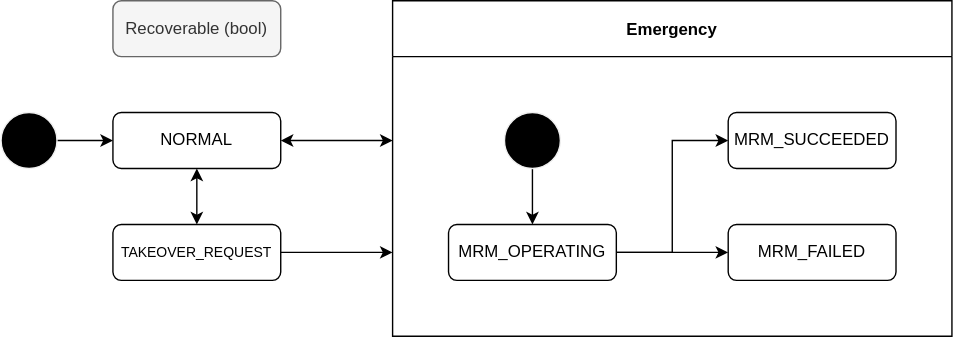
This is pr-7/design/autoware-interfaces/ad-api/data/fail-safe-state.drawio.svg from tier4/autoware-documentation, a draw.io export, as it was before one commit. Source tidied: cells renumbered, new cells last; positions are measured from the earlier drawing's top-left corner, leaving out a move shared by most shapes. The source it was exported from:
```xml
<mxGraphModel>
  <root>
    <mxCell id="0" />
    <mxCell id="1" parent="0" />
    <mxCell id="2" style="edgeStyle=none;html=1;" parent="1" edge="1" source="3" target="8">
      <mxGeometry relative="1" as="geometry" />
    </mxCell>
    <mxCell id="3" style="shape=ellipse;html=1;fillColor=#000000;fontSize=18;fontColor=#ffffff;strokeColor=#F0F0F0;" parent="1" vertex="1">
      <mxGeometry y="80" width="40" height="40" as="geometry" />
    </mxCell>
    <mxCell id="4" style="edgeStyle=none;html=1;entryX=0;entryY=0.75;entryDx=0;entryDy=0;fontSize=10;startArrow=none;startFill=0;" parent="1" edge="1" source="5" target="9">
      <mxGeometry relative="1" as="geometry" />
    </mxCell>
    <mxCell id="5" value="&lt;font style=&quot;font-size: 10px&quot;&gt;TAKEOVER_REQUEST&lt;/font&gt;" style="rounded=1;whiteSpace=wrap;html=1;" parent="1" vertex="1">
      <mxGeometry x="80" y="160" width="120" height="40" as="geometry" />
    </mxCell>
    <mxCell id="6" style="edgeStyle=orthogonalEdgeStyle;rounded=0;html=1;startArrow=classic;startFill=1;" parent="1" edge="1" source="8" target="5">
      <mxGeometry relative="1" as="geometry" />
    </mxCell>
    <mxCell id="7" style="edgeStyle=none;html=1;fontSize=10;startArrow=classic;startFill=1;" parent="1" edge="1" source="8">
      <mxGeometry relative="1" as="geometry">
        <mxPoint x="280" y="100" as="targetPoint" />
      </mxGeometry>
    </mxCell>
    <mxCell id="8" value="NORMAL" style="rounded=1;whiteSpace=wrap;html=1;" parent="1" vertex="1">
      <mxGeometry x="80" y="80" width="120" height="40" as="geometry" />
    </mxCell>
    <mxCell id="9" value="Emergency" style="swimlane;startSize=40;" parent="1" vertex="1">
      <mxGeometry x="280" width="400" height="240" as="geometry" />
    </mxCell>
    <mxCell id="10" value="MRM_SUCCEEDED" style="rounded=1;whiteSpace=wrap;html=1;" parent="9" vertex="1">
      <mxGeometry x="240" y="80" width="120" height="40" as="geometry" />
    </mxCell>
    <mxCell id="11" value="MRM_FAILED" style="rounded=1;whiteSpace=wrap;html=1;" parent="9" vertex="1">
      <mxGeometry x="240" y="160" width="120" height="40" as="geometry" />
    </mxCell>
    <mxCell id="12" value="MRM_OPERATING" style="rounded=1;whiteSpace=wrap;html=1;" parent="9" vertex="1">
      <mxGeometry x="40" y="160" width="120" height="40" as="geometry" />
    </mxCell>
    <mxCell id="13" style="edgeStyle=orthogonalEdgeStyle;rounded=0;html=1;startArrow=none;startFill=0;" parent="9" edge="1" source="12" target="10">
      <mxGeometry relative="1" as="geometry">
        <Array as="points">
          <mxPoint x="200" y="180" />
          <mxPoint x="200" y="100" />
        </Array>
      </mxGeometry>
    </mxCell>
    <mxCell id="14" style="edgeStyle=orthogonalEdgeStyle;rounded=0;html=1;entryX=0;entryY=0.5;entryDx=0;entryDy=0;startArrow=none;startFill=0;" parent="9" edge="1" source="12" target="11">
      <mxGeometry relative="1" as="geometry" />
    </mxCell>
    <mxCell id="15" style="edgeStyle=none;html=1;fontSize=10;" parent="9" edge="1" source="16" target="12">
      <mxGeometry relative="1" as="geometry" />
    </mxCell>
    <mxCell id="16" style="shape=ellipse;html=1;fillColor=#000000;fontSize=18;fontColor=#ffffff;strokeColor=#F0F0F0;" parent="9" vertex="1">
      <mxGeometry x="80" y="80" width="40" height="40" as="geometry" />
    </mxCell>
    <mxCell id="17" value="Recoverable&amp;nbsp;(bool)" style="rounded=1;whiteSpace=wrap;html=1;fillColor=#f5f5f5;fontColor=#333333;strokeColor=#666666;" parent="1" vertex="1">
      <mxGeometry x="80" width="120" height="40" as="geometry" />
    </mxCell>
  </root>
</mxGraphModel>
```
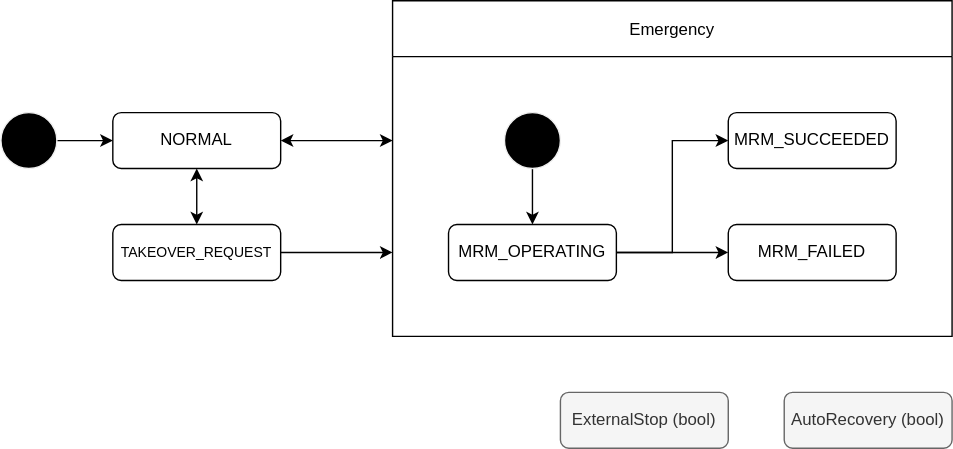
After the change.

Diff of the diagram source:
```diff
@@ -25,7 +25,7 @@
     <mxCell id="8" value="NORMAL" style="rounded=1;whiteSpace=wrap;html=1;" parent="1" vertex="1">
       <mxGeometry x="80" y="80" width="120" height="40" as="geometry" />
     </mxCell>
-    <mxCell id="9" value="Emergency" style="swimlane;startSize=40;" parent="1" vertex="1">
+    <mxCell id="9" value="Emergency" style="swimlane;startSize=40;fontStyle=0;" parent="1" vertex="1">
       <mxGeometry x="280" width="400" height="240" as="geometry" />
     </mxCell>
     <mxCell id="10" value="MRM_SUCCEEDED" style="rounded=1;whiteSpace=wrap;html=1;" parent="9" vertex="1">
@@ -54,8 +54,11 @@
     <mxCell id="16" style="shape=ellipse;html=1;fillColor=#000000;fontSize=18;fontColor=#ffffff;strokeColor=#F0F0F0;" parent="9" vertex="1">
       <mxGeometry x="80" y="80" width="40" height="40" as="geometry" />
     </mxCell>
-    <mxCell id="17" value="Recoverable&amp;nbsp;(bool)" style="rounded=1;whiteSpace=wrap;html=1;fillColor=#f5f5f5;fontColor=#333333;strokeColor=#666666;" parent="1" vertex="1">
-      <mxGeometry x="80" width="120" height="40" as="geometry" />
+    <mxCell id="17" value="AutoRecovery (bool)" style="rounded=1;whiteSpace=wrap;html=1;fillColor=#f5f5f5;fontColor=#333333;strokeColor=#666666;" parent="1" vertex="1">
+      <mxGeometry x="560" y="280" width="120" height="40" as="geometry" />
     </mxCell>
+    <mxCell id="18" value="ExternalStop (bool)" style="rounded=1;whiteSpace=wrap;html=1;fillColor=#f5f5f5;fontColor=#333333;strokeColor=#666666;" parent="1" vertex="1">
+      <mxGeometry x="400" y="280" width="120" height="40" as="geometry" />
+    </mxCell>
   </root>
 </mxGraphModel>
```
